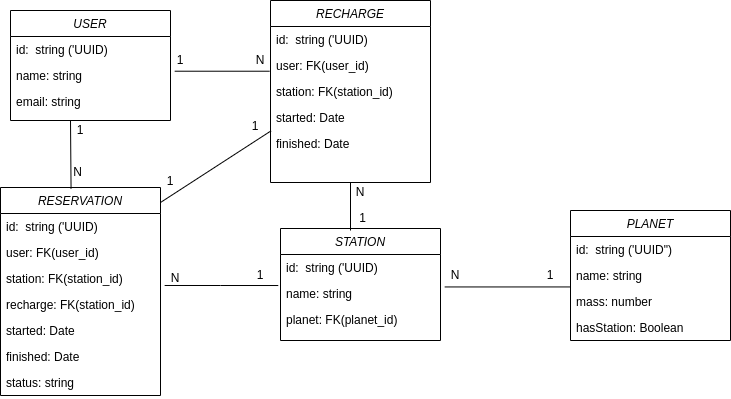
Before: docs/BD.png, a diagram exported from draw.io (nicolasvasca/desafio-voltbras). Source tidied: cells renumbered, new cells last; positions are measured from the earlier drawing's top-left corner, leaving out a move shared by most shapes.
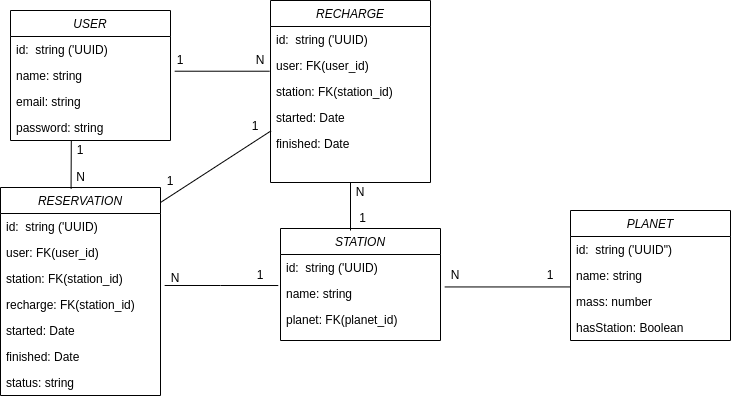
After the commit.

Change to the diagram source:
```diff
@@ -3,7 +3,7 @@
     <mxCell id="0" />
     <mxCell id="1" parent="0" />
     <mxCell id="2" value="USER" style="swimlane;fontStyle=2;align=center;verticalAlign=top;horizontal=1;startSize=26;rounded=0;shadow=0;strokeWidth=1;" parent="1" vertex="1">
-      <mxGeometry x="10" y="10" width="160" height="110" as="geometry" />
+      <mxGeometry x="10" y="10" width="160" height="130" as="geometry" />
     </mxCell>
     <mxCell id="3" value="id:  string ('UUID)" style="text;align=left;verticalAlign=top;spacingLeft=4;spacingRight=4;overflow=hidden;rounded=0;shadow=0;html=0;" parent="2" vertex="1">
       <mxGeometry y="26" width="160" height="26" as="geometry" />
@@ -14,6 +14,9 @@
     <mxCell id="5" value="email: string" style="text;align=left;verticalAlign=top;spacingLeft=4;spacingRight=4;overflow=hidden;rounded=0;shadow=0;html=0;" parent="2" vertex="1">
       <mxGeometry y="78" width="160" height="26" as="geometry" />
     </mxCell>
+    <mxCell id="47" value="password: string" style="text;align=left;verticalAlign=top;spacingLeft=4;spacingRight=4;overflow=hidden;points=[[0,0.5],[1,0.5]];portConstraint=eastwest;" parent="2" vertex="1">
+      <mxGeometry y="104" width="160" height="26" as="geometry" />
+    </mxCell>
     <mxCell id="6" value="PLANET" style="swimlane;fontStyle=2;align=center;verticalAlign=top;horizontal=1;startSize=26;rounded=0;shadow=0;strokeWidth=1;" parent="1" vertex="1">
       <mxGeometry x="570" y="210" width="160" height="130" as="geometry" />
     </mxCell>
@@ -102,10 +105,8 @@
     <mxCell id="33" style="endArrow=none;html=1;rounded=0;entryX=-0.005;entryY=0.72;entryDx=0;entryDy=0;entryPerimeter=0;exitX=1.026;exitY=0.335;exitDx=0;exitDy=0;exitPerimeter=0;" parent="1" edge="1" source="4" target="20">
       <mxGeometry relative="1" as="geometry" />
     </mxCell>
-    <mxCell id="34" style="endArrow=none;html=1;rounded=0;exitX=0.441;exitY=0.006;exitDx=0;exitDy=0;exitPerimeter=0;" parent="1" edge="1" source="24">
-      <mxGeometry relative="1" as="geometry">
-        <mxPoint x="70" y="120" as="targetPoint" />
-      </mxGeometry>
+    <mxCell id="34" style="endArrow=none;html=1;rounded=0;exitX=0.441;exitY=0.006;exitDx=0;exitDy=0;exitPerimeter=0;entryX=0.38;entryY=1.013;entryDx=0;entryDy=0;entryPerimeter=0;" parent="1" edge="1" source="24" target="47">
+      <mxGeometry relative="1" as="geometry" />
     </mxCell>
     <mxCell id="35" value="1" style="text;html=1;strokeColor=none;fillColor=none;align=center;verticalAlign=middle;whiteSpace=wrap;rounded=0;" parent="1" vertex="1">
       <mxGeometry x="240" y="265" width="40" height="20" as="geometry" />
@@ -114,10 +115,10 @@
       <mxGeometry x="170" y="268" width="10" height="20" as="geometry" />
     </mxCell>
     <mxCell id="37" value="N" style="text;html=1;strokeColor=none;fillColor=none;align=center;verticalAlign=middle;whiteSpace=wrap;rounded=0;" parent="1" vertex="1">
-      <mxGeometry x="70" y="162" width="15" height="20" as="geometry" />
+      <mxGeometry x="72.5" y="167" width="15" height="20" as="geometry" />
     </mxCell>
     <mxCell id="38" value="1" style="text;html=1;strokeColor=none;fillColor=none;align=center;verticalAlign=middle;whiteSpace=wrap;rounded=0;" parent="1" vertex="1">
-      <mxGeometry x="60" y="120" width="40" height="20" as="geometry" />
+      <mxGeometry x="60" y="140" width="40" height="20" as="geometry" />
     </mxCell>
     <mxCell id="39" value="1" style="text;html=1;strokeColor=none;fillColor=none;align=center;verticalAlign=middle;whiteSpace=wrap;rounded=0;" parent="1" vertex="1">
       <mxGeometry x="170" y="50" width="20" height="20" as="geometry" />
```
